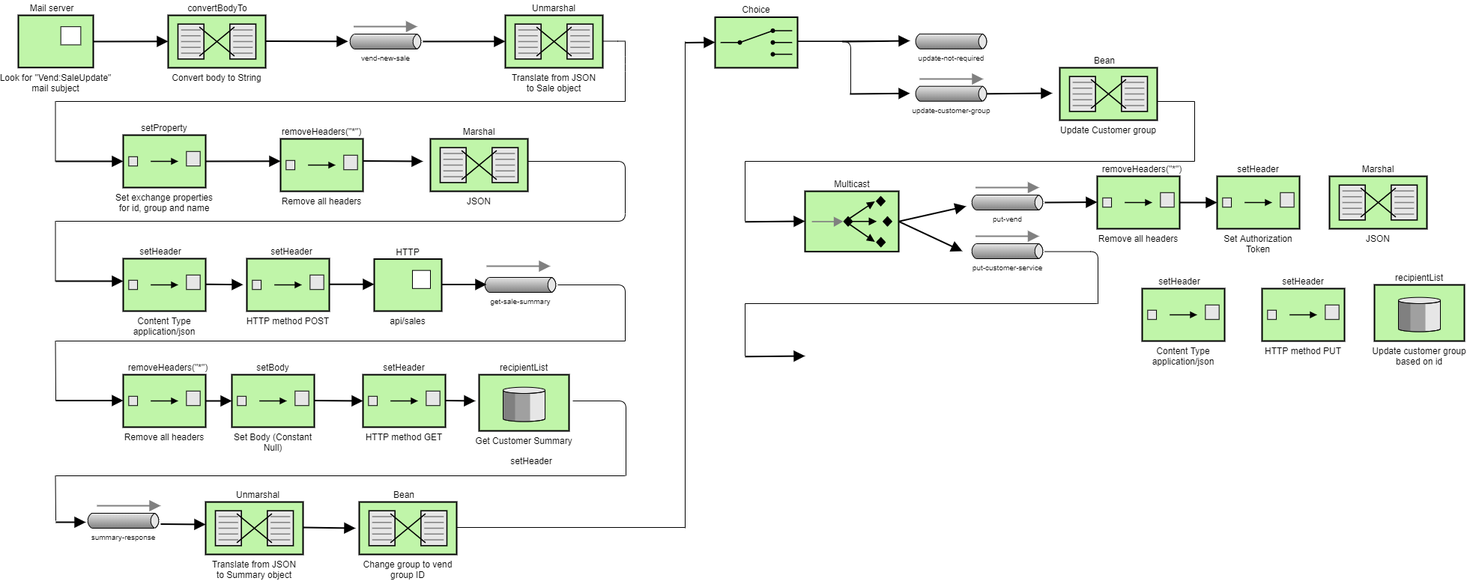
The draw.io diagram SaleServiceEIP.png in hugonzb/CamelRouter-Project, before a commit. Source tidied: cells renumbered, new cells last; positions are measured from the earlier drawing's top-left corner, leaving out a move shared by most shapes.
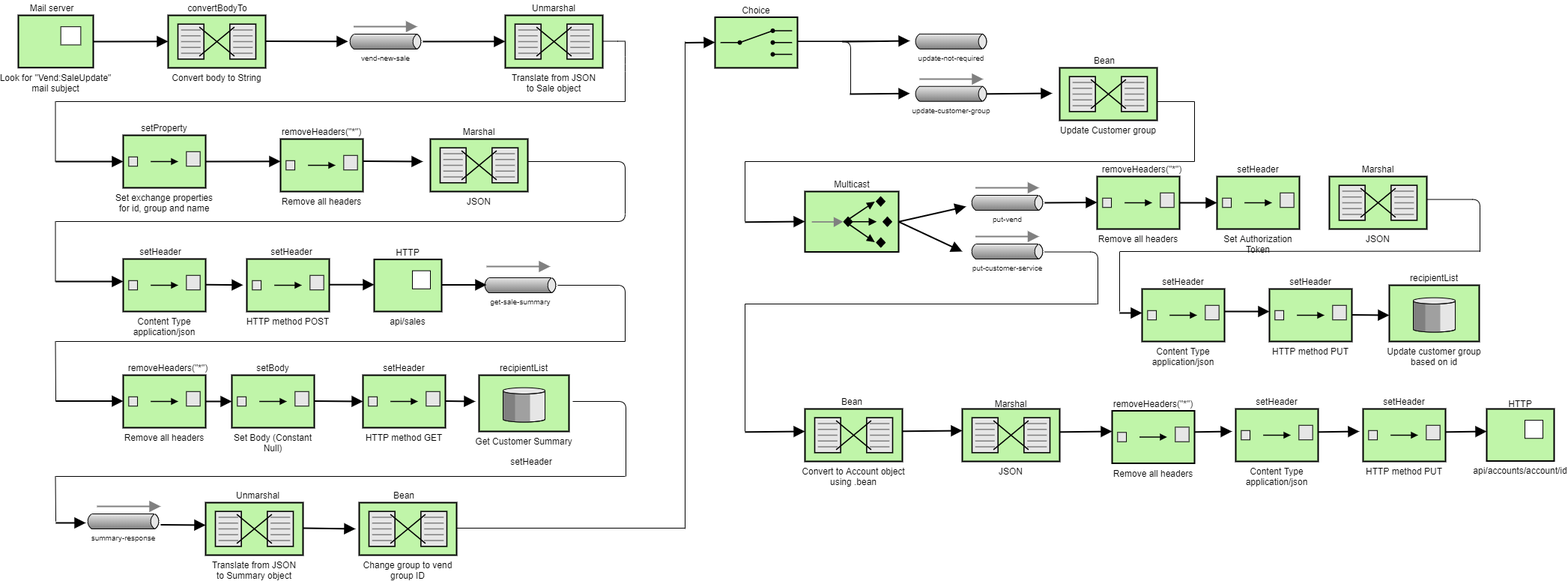
Later version of the same file.

Commit message:
Completed Sale Service EIP

The edit, as a diff of the source:
```diff
@@ -491,14 +491,14 @@
     </mxCell>
     <mxCell id="100" style="endArrow=none;html=1;strokeColor=#000000;fontSize=12;" parent="1" edge="1">
       <mxGeometry relative="1" as="geometry">
-        <mxPoint x="970" y="475" as="sourcePoint" />
+        <mxPoint x="970" y="575" as="sourcePoint" />
         <mxPoint x="970" y="405" as="targetPoint" />
       </mxGeometry>
     </mxCell>
     <mxCell id="101" style="edgeStyle=none;html=1;strokeColor=#000000;endArrow=block;endSize=10;dashed=0;verticalAlign=bottom;strokeWidth=2;exitX=1;exitY=0.5;exitDx=0;exitDy=0;exitPerimeter=0;" parent="1" edge="1">
       <mxGeometry relative="1" as="geometry">
-        <mxPoint x="970" y="475.8" as="sourcePoint" />
-        <mxPoint x="1050" y="475" as="targetPoint" />
+        <mxPoint x="970" y="575.8" as="sourcePoint" />
+        <mxPoint x="1050" y="575" as="targetPoint" />
       </mxGeometry>
     </mxCell>
     <mxCell id="102" style="edgeStyle=none;html=1;strokeColor=#000000;endArrow=block;endSize=10;dashed=0;verticalAlign=bottom;strokeWidth=2;exitX=1;exitY=0.5;exitDx=0;exitDy=0;exitPerimeter=0;" parent="1" edge="1">
@@ -529,13 +529,13 @@
       <mxGeometry x="1500" y="385" width="110" height="70" as="geometry" />
     </mxCell>
     <mxCell id="109" value="HTTP method PUT" style="strokeWidth=2;outlineConnect=0;dashed=0;align=center;fontSize=12;fillColor=#c0f5a9;verticalLabelPosition=bottom;verticalAlign=top;shape=mxgraph.eip.content_enricher;" parent="1" vertex="1">
-      <mxGeometry x="1660" y="385" width="110" height="70" as="geometry" />
+      <mxGeometry x="1670" y="385" width="110" height="70" as="geometry" />
     </mxCell>
     <mxCell id="110" value="setHeader" style="text;html=1;strokeColor=none;fillColor=none;align=center;verticalAlign=middle;whiteSpace=wrap;rounded=0;fontSize=12;" parent="1" vertex="1">
-      <mxGeometry x="1530" y="365" width="40" height="20" as="geometry" />
+      <mxGeometry x="1535" y="365" width="40" height="20" as="geometry" />
     </mxCell>
     <mxCell id="111" value="setHeader" style="text;html=1;strokeColor=none;fillColor=none;align=center;verticalAlign=middle;whiteSpace=wrap;rounded=0;fontSize=12;" parent="1" vertex="1">
-      <mxGeometry x="1695" y="365" width="40" height="20" as="geometry" />
+      <mxGeometry x="1705" y="365" width="40" height="20" as="geometry" />
     </mxCell>
     <mxCell id="112" value="JSON" style="strokeWidth=2;dashed=0;align=center;fontSize=12;shape=mxgraph.eip.message_translator;fillColor=#c0f5a9;verticalLabelPosition=bottom;verticalAlign=top;labelPosition=center;" parent="1" vertex="1">
       <mxGeometry x="1750" y="235" width="130" height="70" as="geometry" />
@@ -544,10 +544,117 @@
       <mxGeometry x="1795" y="215" width="40" height="20" as="geometry" />
     </mxCell>
     <mxCell id="114" value="Update customer group&#10;based on id" style="strokeWidth=2;dashed=0;align=center;fontSize=12;verticalLabelPosition=bottom;verticalAlign=top;shape=mxgraph.eip.message_store;fillColor=#c0f5a9;" parent="1" vertex="1">
-      <mxGeometry x="1810" y="380" width="120" height="75" as="geometry" />
+      <mxGeometry x="1830" y="380" width="120" height="75" as="geometry" />
     </mxCell>
     <mxCell id="115" value="recipientList" style="text;html=1;strokeColor=none;fillColor=none;align=center;verticalAlign=middle;whiteSpace=wrap;rounded=0;fontSize=12;" parent="1" vertex="1">
-      <mxGeometry x="1850" y="360" width="40" height="20" as="geometry" />
+      <mxGeometry x="1870" y="360" width="40" height="20" as="geometry" />
     </mxCell>
+    <mxCell id="116" style="endArrow=none;html=1;strokeColor=#000000;fontSize=12;exitX=1;exitY=0.5;exitDx=0;exitDy=0;exitPerimeter=0;" parent="1" edge="1">
+      <mxGeometry relative="1" as="geometry">
+        <mxPoint x="1880" y="265.6" as="sourcePoint" />
+        <mxPoint x="1951" y="335.6" as="targetPoint" />
+        <Array as="points">
+          <mxPoint x="1951" y="265.6" />
+        </Array>
+      </mxGeometry>
+    </mxCell>
+    <mxCell id="117" style="endArrow=none;html=1;strokeColor=#000000;fontSize=12;" parent="1" edge="1">
+      <mxGeometry relative="1" as="geometry">
+        <mxPoint x="1470" y="335" as="sourcePoint" />
+        <mxPoint x="1950" y="334.5" as="targetPoint" />
+      </mxGeometry>
+    </mxCell>
+    <mxCell id="118" style="endArrow=none;html=1;strokeColor=#000000;fontSize=12;" parent="1" edge="1">
+      <mxGeometry relative="1" as="geometry">
+        <mxPoint x="1470" y="415" as="sourcePoint" />
+        <mxPoint x="1470" y="335.6" as="targetPoint" />
+      </mxGeometry>
+    </mxCell>
+    <mxCell id="119" style="edgeStyle=none;html=1;strokeColor=#000000;endArrow=block;endSize=10;dashed=0;verticalAlign=bottom;strokeWidth=2;" parent="1" edge="1">
+      <mxGeometry relative="1" as="geometry">
+        <mxPoint x="1470" y="417" as="sourcePoint" />
+        <mxPoint x="1500" y="417" as="targetPoint" />
+      </mxGeometry>
+    </mxCell>
+    <mxCell id="120" style="edgeStyle=none;html=1;strokeColor=#000000;endArrow=block;endSize=10;dashed=0;verticalAlign=bottom;strokeWidth=2;entryX=0;entryY=0.429;entryDx=0;entryDy=0;entryPerimeter=0;" parent="1" edge="1" target="109">
+      <mxGeometry relative="1" as="geometry">
+        <mxPoint x="1610" y="415" as="sourcePoint" />
+      </mxGeometry>
+    </mxCell>
+    <mxCell id="121" style="edgeStyle=none;html=1;strokeColor=#000000;endArrow=block;endSize=10;dashed=0;verticalAlign=bottom;strokeWidth=2;" parent="1" edge="1">
+      <mxGeometry relative="1" as="geometry">
+        <mxPoint x="1780" y="419.5" as="sourcePoint" />
+        <mxPoint x="1830" y="420" as="targetPoint" />
+      </mxGeometry>
+    </mxCell>
+    <mxCell id="122" value="Convert to Account object&#10;using .bean" style="strokeWidth=2;dashed=0;align=center;fontSize=12;shape=mxgraph.eip.message_translator;fillColor=#c0f5a9;verticalLabelPosition=bottom;verticalAlign=top;labelPosition=center;" parent="1" vertex="1">
+      <mxGeometry x="1050" y="545" width="130" height="70" as="geometry" />
+    </mxCell>
+    <mxCell id="123" value="Bean" style="text;html=1;strokeColor=none;fillColor=none;align=center;verticalAlign=middle;whiteSpace=wrap;rounded=0;fontSize=12;" parent="1" vertex="1">
+      <mxGeometry x="1092.5" y="525" width="40" height="20" as="geometry" />
+    </mxCell>
+    <mxCell id="124" value="JSON" style="strokeWidth=2;dashed=0;align=center;fontSize=12;shape=mxgraph.eip.message_translator;fillColor=#c0f5a9;verticalLabelPosition=bottom;verticalAlign=top;labelPosition=center;" parent="1" vertex="1">
+      <mxGeometry x="1260" y="545" width="130" height="70" as="geometry" />
+    </mxCell>
+    <mxCell id="125" style="edgeStyle=none;html=1;strokeColor=#000000;endArrow=block;endSize=10;dashed=0;verticalAlign=bottom;strokeWidth=2;exitX=1;exitY=0.5;exitDx=0;exitDy=0;exitPerimeter=0;" parent="1" edge="1">
+      <mxGeometry relative="1" as="geometry">
+        <mxPoint x="1180" y="574.8" as="sourcePoint" />
+        <mxPoint x="1260" y="574" as="targetPoint" />
+      </mxGeometry>
+    </mxCell>
+    <mxCell id="126" value="Marshal" style="text;html=1;strokeColor=none;fillColor=none;align=center;verticalAlign=middle;whiteSpace=wrap;rounded=0;fontSize=12;" parent="1" vertex="1">
+      <mxGeometry x="1305" y="527.5" width="40" height="20" as="geometry" />
+    </mxCell>
+    <mxCell id="127" value="Remove all headers" style="strokeWidth=2;dashed=0;align=center;fontSize=12;fillColor=#c0f5a9;verticalLabelPosition=bottom;verticalAlign=top;shape=mxgraph.eip.content_enricher;" parent="1" vertex="1">
+      <mxGeometry x="1460" y="547.5" width="110" height="70" as="geometry" />
+    </mxCell>
+    <mxCell id="128" value="Content Type&#10;application/json" style="strokeWidth=2;dashed=0;align=center;fontSize=12;fillColor=#c0f5a9;verticalLabelPosition=bottom;verticalAlign=top;shape=mxgraph.eip.content_enricher;" parent="1" vertex="1">
+      <mxGeometry x="1625" y="545" width="110" height="70" as="geometry" />
+    </mxCell>
+    <mxCell id="129" value="HTTP method PUT" style="strokeWidth=2;dashed=0;align=center;fontSize=12;fillColor=#c0f5a9;verticalLabelPosition=bottom;verticalAlign=top;shape=mxgraph.eip.content_enricher;" parent="1" vertex="1">
+      <mxGeometry x="1795" y="545" width="110" height="70" as="geometry" />
+    </mxCell>
+    <mxCell id="130" style="edgeStyle=none;html=1;strokeColor=#000000;endArrow=block;endSize=10;dashed=0;verticalAlign=bottom;strokeWidth=2;exitX=1;exitY=0.5;exitDx=0;exitDy=0;exitPerimeter=0;" parent="1" edge="1">
+      <mxGeometry relative="1" as="geometry">
+        <mxPoint x="1390" y="575.8" as="sourcePoint" />
+        <mxPoint x="1460" y="575" as="targetPoint" />
+      </mxGeometry>
+    </mxCell>
+    <mxCell id="131" style="edgeStyle=none;html=1;strokeColor=#000000;endArrow=block;endSize=10;dashed=0;verticalAlign=bottom;strokeWidth=2;exitX=1;exitY=0.5;exitDx=0;exitDy=0;exitPerimeter=0;" parent="1" edge="1">
+      <mxGeometry relative="1" as="geometry">
+        <mxPoint x="1570" y="575.8" as="sourcePoint" />
+        <mxPoint x="1620" y="575" as="targetPoint" />
+      </mxGeometry>
+    </mxCell>
+    <mxCell id="132" style="edgeStyle=none;html=1;strokeColor=#000000;endArrow=block;endSize=10;dashed=0;verticalAlign=bottom;strokeWidth=2;exitX=1;exitY=0.5;exitDx=0;exitDy=0;exitPerimeter=0;" parent="1" edge="1">
+      <mxGeometry relative="1" as="geometry">
+        <mxPoint x="1735" y="575.8" as="sourcePoint" />
+        <mxPoint x="1790" y="575" as="targetPoint" />
+      </mxGeometry>
+    </mxCell>
+    <mxCell id="133" value="api/accounts/account/id" style="strokeWidth=2;dashed=0;align=center;fontSize=12;shape=rect;verticalLabelPosition=bottom;verticalAlign=top;fillColor=#c0f5a9;" parent="1" vertex="1">
+      <mxGeometry x="1960" y="545" width="90" height="69.4" as="geometry" />
+    </mxCell>
+    <mxCell id="134" style="strokeWidth=1;dashed=0;align=center;fontSize=8;shape=rect;" parent="133" vertex="1">
+      <mxGeometry x="51" y="15.1" width="24" height="24.2" as="geometry" />
+    </mxCell>
+    <mxCell id="135" value="setHeader" style="text;html=1;strokeColor=none;fillColor=none;align=center;verticalAlign=middle;whiteSpace=wrap;rounded=0;fontSize=12;" parent="1" vertex="1">
+      <mxGeometry x="1660" y="525" width="40" height="20" as="geometry" />
+    </mxCell>
+    <mxCell id="136" value="setHeader" style="text;html=1;strokeColor=none;fillColor=none;align=center;verticalAlign=middle;whiteSpace=wrap;rounded=0;fontSize=12;" parent="1" vertex="1">
+      <mxGeometry x="1830" y="525" width="40" height="20" as="geometry" />
+    </mxCell>
+    <mxCell id="137" style="edgeStyle=none;html=1;strokeColor=#000000;endArrow=block;endSize=10;dashed=0;verticalAlign=bottom;strokeWidth=2;exitX=1;exitY=0.5;exitDx=0;exitDy=0;exitPerimeter=0;" parent="1" edge="1">
+      <mxGeometry relative="1" as="geometry">
+        <mxPoint x="1905" y="575.8" as="sourcePoint" />
+        <mxPoint x="1960" y="575" as="targetPoint" />
+      </mxGeometry>
+    </mxCell>
+    <mxCell id="138" value="HTTP" style="text;html=1;strokeColor=none;fillColor=none;align=center;verticalAlign=middle;whiteSpace=wrap;rounded=0;fontSize=12;" parent="1" vertex="1">
+      <mxGeometry x="1985" y="527.5" width="40" height="20" as="geometry" />
+    </mxCell>
+    <mxCell id="139" value="removeHeaders(&quot;*&quot;)" style="text;html=1;strokeColor=none;fillColor=none;align=center;verticalAlign=middle;whiteSpace=wrap;rounded=0;fontSize=12;" parent="1" vertex="1">
+      <mxGeometry x="1495" y="527.5" width="40" height="20" as="geometry" />
+    </mxCell>
   </root>
 </mxGraphModel>
```
